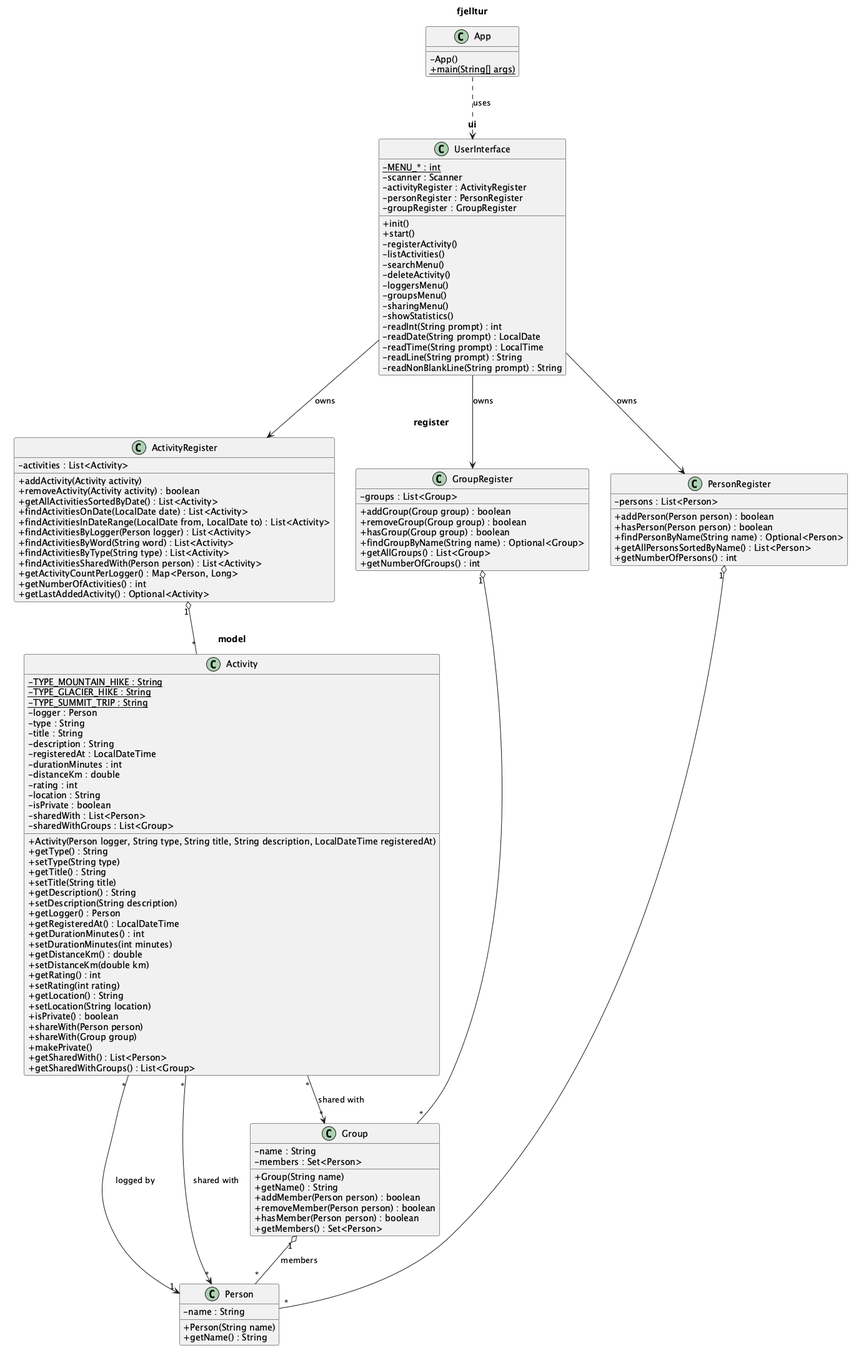
AlexElton/idatt1003-mappe keeps this PlantUML diagram as src/doc/plantuml/class-diagram.png. Above is the earlier version. The source it was exported from:
```plantuml
@startuml class-diagram
skinparam classAttributeIconSize 0
skinparam packageStyle rectangle
skinparam package {
  BackgroundColor transparent
  BorderColor transparent
  FontStyle bold
}

package "fjelltur" {
  class App {
    - App()
    + {static} main(String[] args)
  }
}

package "ui" {
  class UserInterface {
    - {static} MENU_* : int
    - scanner : Scanner
    - activityRegister : ActivityRegister
    - personRegister : PersonRegister
    - groupRegister : GroupRegister
    + init()
    + start()
    - registerActivity()
    - listActivities()
    - searchMenu()
    - deleteActivity()
    - loggersMenu()
    - groupsMenu()
    - sharingMenu()
    - showStatistics()
    - readInt(String prompt) : int
    - readDate(String prompt) : LocalDate
    - readTime(String prompt) : LocalTime
    - readLine(String prompt) : String
    - readNonBlankLine(String prompt) : String
  }
}

package "register" {
  class ActivityRegister {
    - activities : List<Activity>
    + addActivity(Activity activity)
    + removeActivity(Activity activity) : boolean
    + getAllActivitiesSortedByDate() : List<Activity>
    + findActivitiesOnDate(LocalDate date) : List<Activity>
    + findActivitiesInDateRange(LocalDate from, LocalDate to) : List<Activity>
    + findActivitiesByLogger(Person logger) : List<Activity>
    + findActivitiesByWord(String word) : List<Activity>
    + findActivitiesByType(String type) : List<Activity>
    + findActivitiesSharedWith(Person person) : List<Activity>
    + getActivityCountPerLogger() : Map<Person, Long>
    + getNumberOfActivities() : int
    + getLastAddedActivity() : Optional<Activity>
  }

  class PersonRegister {
    - persons : List<Person>
    + addPerson(Person person) : boolean
    + hasPerson(Person person) : boolean
    + findPersonByName(String name) : Optional<Person>
    + getAllPersonsSortedByName() : List<Person>
    + getNumberOfPersons() : int
  }

  class GroupRegister {
    - groups : List<Group>
    + addGroup(Group group) : boolean
    + removeGroup(Group group) : boolean
    + hasGroup(Group group) : boolean
    + findGroupByName(String name) : Optional<Group>
    + getAllGroups() : List<Group>
    + getNumberOfGroups() : int
  }
}

package "model" {
  class Activity {
    - {static} TYPE_MOUNTAIN_HIKE : String
    - {static} TYPE_GLACIER_HIKE : String
    - {static} TYPE_SUMMIT_TRIP : String
    - logger : Person
    - type : String
    - title : String
    - description : String
    - registeredAt : LocalDateTime
    - durationMinutes : int
    - distanceKm : double
    - rating : int
    - location : String
    - isPrivate : boolean
    - sharedWith : List<Person>
    - sharedWithGroups : List<Group>
    + Activity(Person logger, String type, String title, String description, LocalDateTime registeredAt)
    + getType() : String
    + setType(String type)
    + getTitle() : String
    + setTitle(String title)
    + getDescription() : String
    + setDescription(String description)
    + getLogger() : Person
    + getRegisteredAt() : LocalDateTime
    + getDurationMinutes() : int
    + setDurationMinutes(int minutes)
    + getDistanceKm() : double
    + setDistanceKm(double km)
    + getRating() : int
    + setRating(int rating)
    + getLocation() : String
    + setLocation(String location)
    + isPrivate() : boolean
    + shareWith(Person person)
    + shareWith(Group group)
    + makePrivate()
    + getSharedWith() : List<Person>
    + getSharedWithGroups() : List<Group>
  }

  class Person {
    - name : String
    + Person(String name)
    + getName() : String
  }

  class Group {
    - name : String
    - members : Set<Person>
    + Group(String name)
    + getName() : String
    + addMember(Person person) : boolean
    + removeMember(Person person) : boolean
    + hasMember(Person person) : boolean
    + getMembers() : Set<Person>
  }
}

App ..> UserInterface : uses
UserInterface --> ActivityRegister : owns
UserInterface --> PersonRegister : owns
UserInterface --> GroupRegister : owns
ActivityRegister "1" o-- "*" Activity
PersonRegister "1" o-- "*" Person
GroupRegister "1" o-- "*" Group
Activity "*" --> "1" Person : logged by
Activity "*" --> "*" Person : shared with
Activity "*" --> "*" Group : shared with
Group "1" o-- "*" Person : members
@enduml
```
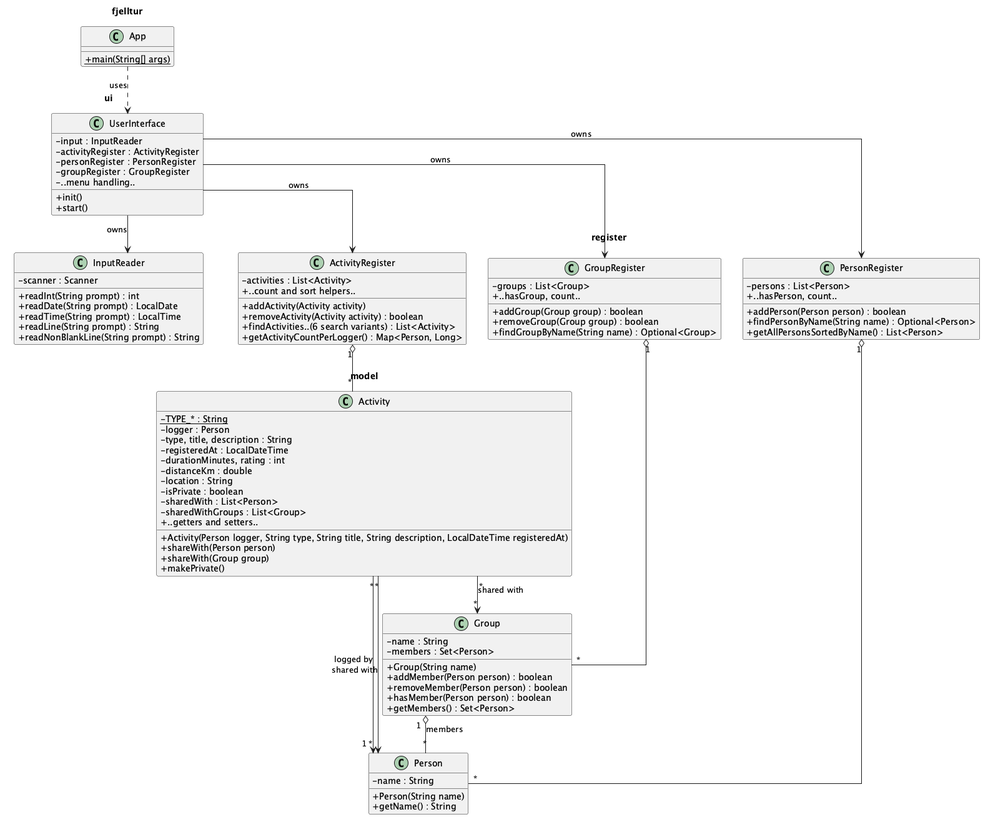
The same diagram one commit later.

What changed in the source:
```diff
@@ -6,36 +6,32 @@
   BorderColor transparent
   FontStyle bold
 }
+skinparam linetype ortho
 
 package "fjelltur" {
   class App {
-    - App()
     + {static} main(String[] args)
   }
 }
 
 package "ui" {
   class UserInterface {
-    - {static} MENU_* : int
-    - scanner : Scanner
+    - input : InputReader
     - activityRegister : ActivityRegister
     - personRegister : PersonRegister
     - groupRegister : GroupRegister
     + init()
     + start()
-    - registerActivity()
-    - listActivities()
-    - searchMenu()
-    - deleteActivity()
-    - loggersMenu()
-    - groupsMenu()
-    - sharingMenu()
-    - showStatistics()
-    - readInt(String prompt) : int
-    - readDate(String prompt) : LocalDate
-    - readTime(String prompt) : LocalTime
-    - readLine(String prompt) : String
-    - readNonBlankLine(String prompt) : String
+    - ..menu handling..
+  }
+
+  class InputReader {
+    - scanner : Scanner
+    + readInt(String prompt) : int
+    + readDate(String prompt) : LocalDate
+    + readTime(String prompt) : LocalTime
+    + readLine(String prompt) : String
+    + readNonBlankLine(String prompt) : String
   }
 }
 
@@ -44,78 +40,45 @@
     - activities : List<Activity>
     + addActivity(Activity activity)
     + removeActivity(Activity activity) : boolean
-    + getAllActivitiesSortedByDate() : List<Activity>
-    + findActivitiesOnDate(LocalDate date) : List<Activity>
-    + findActivitiesInDateRange(LocalDate from, LocalDate to) : List<Activity>
-    + findActivitiesByLogger(Person logger) : List<Activity>
-    + findActivitiesByWord(String word) : List<Activity>
-    + findActivitiesByType(String type) : List<Activity>
-    + findActivitiesSharedWith(Person person) : List<Activity>
+    + findActivities..(6 search variants) : List<Activity>
     + getActivityCountPerLogger() : Map<Person, Long>
-    + getNumberOfActivities() : int
-    + getLastAddedActivity() : Optional<Activity>
+    + ..count and sort helpers..
   }
 
   class PersonRegister {
     - persons : List<Person>
     + addPerson(Person person) : boolean
-    + hasPerson(Person person) : boolean
     + findPersonByName(String name) : Optional<Person>
     + getAllPersonsSortedByName() : List<Person>
-    + getNumberOfPersons() : int
+    + ..hasPerson, count..
   }
 
   class GroupRegister {
     - groups : List<Group>
     + addGroup(Group group) : boolean
     + removeGroup(Group group) : boolean
-    + hasGroup(Group group) : boolean
     + findGroupByName(String name) : Optional<Group>
-    + getAllGroups() : List<Group>
-    + getNumberOfGroups() : int
+    + ..hasGroup, count..
   }
 }
 
 package "model" {
   class Activity {
-    - {static} TYPE_MOUNTAIN_HIKE : String
-    - {static} TYPE_GLACIER_HIKE : String
-    - {static} TYPE_SUMMIT_TRIP : String
+    - {static} TYPE_* : String
     - logger : Person
-    - type : String
-    - title : String
-    - description : String
+    - type, title, description : String
     - registeredAt : LocalDateTime
-    - durationMinutes : int
+    - durationMinutes, rating : int
     - distanceKm : double
-    - rating : int
     - location : String
     - isPrivate : boolean
     - sharedWith : List<Person>
     - sharedWithGroups : List<Group>
     + Activity(Person logger, String type, String title, String description, LocalDateTime registeredAt)
-    + getType() : String
-    + setType(String type)
-    + getTitle() : String
-    + setTitle(String title)
-    + getDescription() : String
-    + setDescription(String description)
-    + getLogger() : Person
-    + getRegisteredAt() : LocalDateTime
-    + getDurationMinutes() : int
-    + setDurationMinutes(int minutes)
-    + getDistanceKm() : double
-    + setDistanceKm(double km)
-    + getRating() : int
-    + setRating(int rating)
-    + getLocation() : String
-    + setLocation(String location)
-    + isPrivate() : boolean
+    + ..getters and setters..
     + shareWith(Person person)
     + shareWith(Group group)
     + makePrivate()
-    + getSharedWith() : List<Person>
-    + getSharedWithGroups() : List<Group>
   }
 
   class Person {
@@ -128,7 +91,6 @@
     - name : String
     - members : Set<Person>
     + Group(String name)
-    + getName() : String
     + addMember(Person person) : boolean
     + removeMember(Person person) : boolean
     + hasMember(Person person) : boolean
@@ -137,6 +99,7 @@
 }
 
 App ..> UserInterface : uses
+UserInterface --> InputReader : owns
 UserInterface --> ActivityRegister : owns
 UserInterface --> PersonRegister : owns
 UserInterface --> GroupRegister : owns
```
